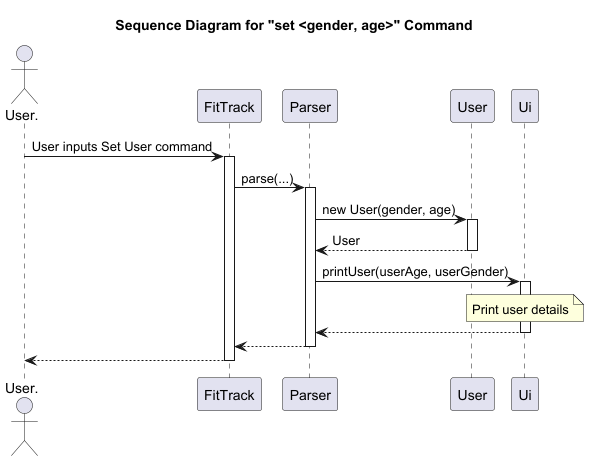
Above: docs/Images/Sequence_SetUser.png in nus-cs2113-AY2425S1/tp (PlantUML), before the change.
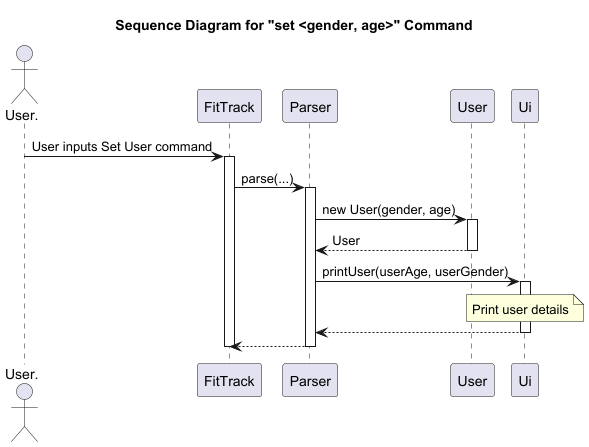
Later version of the same file.

The edit, as a diff of the source:
```diff
@@ -24,7 +24,6 @@
 deactivate Ui
 Parser --> FitTrack
 deactivate Parser
-FitTrack --> User.
 deactivate FitTrack
 
 @enduml
```
